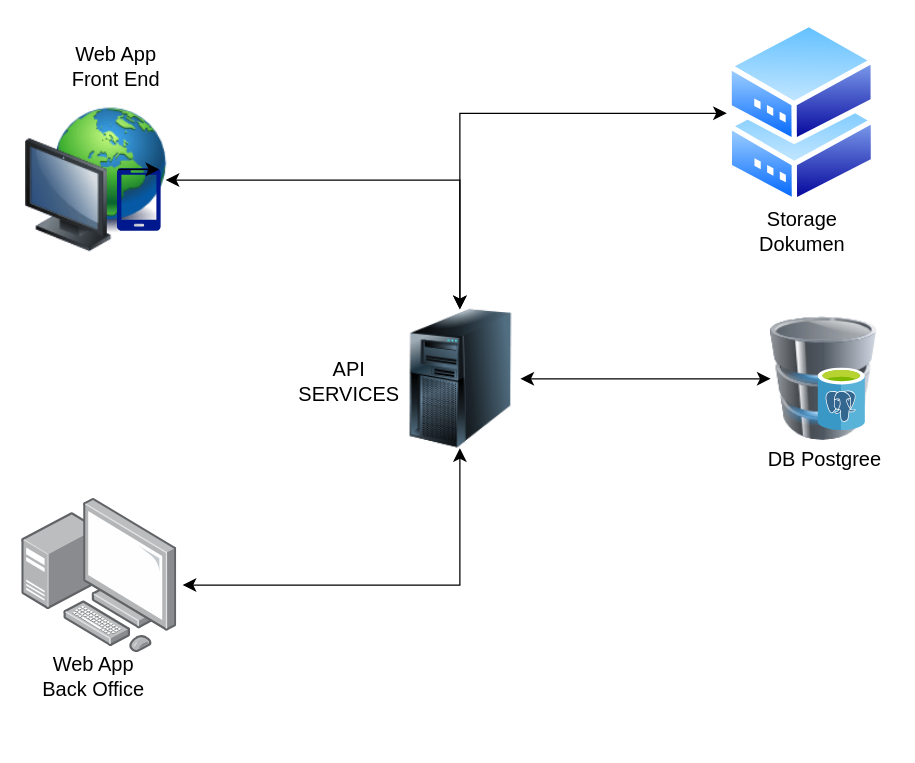
This is Diagram/Arsitektur Aplikasi E-Form Bank Sumut.drawio from frandachi/appdiagrams, a draw.io file, before an edit. Source tidied: cells renumbered, new cells numbered last; positions are measured from the earlier drawing's top-left corner, leaving out a move shared by most shapes. Both pictures are drawn from the tidied source at 125%, with x=0, y=0 at pixel (21, 21).
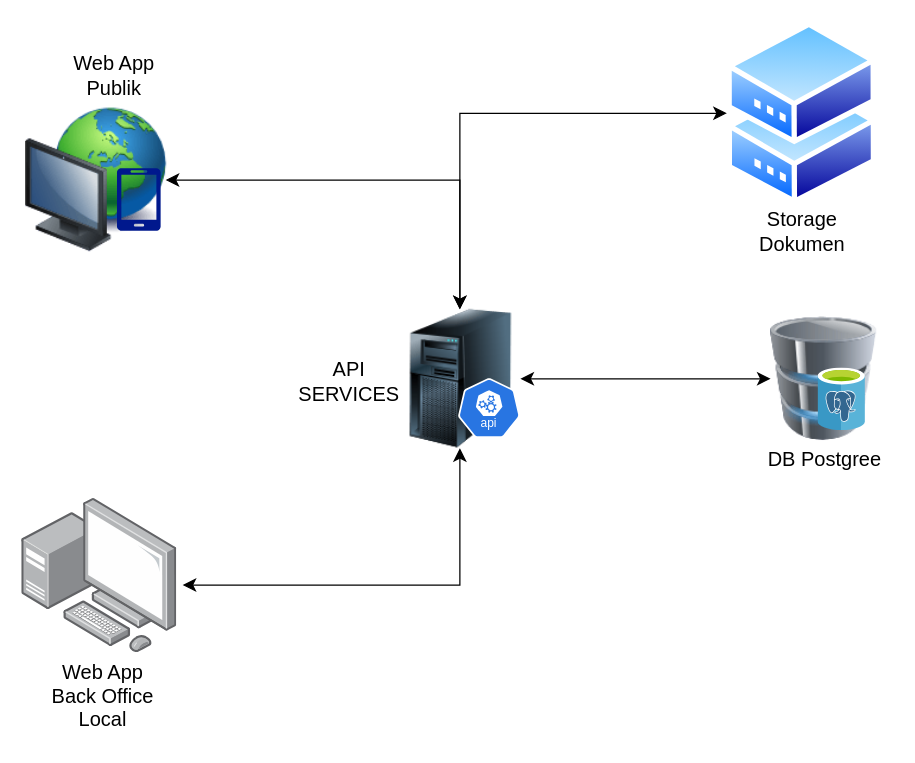
Above is the later version.

What changed in the source:
```diff
@@
 <mxGraphModel>
   <root>
     <mxCell id="0" />
     <mxCell id="1" parent="0" />
     <mxCell id="2" style="image;points=[];html=1;align=center;shadow=0;dashed=0;image=img/lib/allied_telesis/computer_and_terminals/Personal_Computer_with_Server.svg;fontSize=16;" parent="1" vertex="1">
       <mxGeometry y="381" width="124" height="124" as="geometry" />
     </mxCell>
     <mxCell id="3" style="image;html=1;image=img/lib/clip_art/computers/Server_Tower_128x128.png;fontSize=16;flipH=1;" parent="1" vertex="1">
       <mxGeometry x="302" y="230" width="96.8" height="111" as="geometry" />
     </mxCell>
     <mxCell id="4" style="image;html=1;image=img/lib/clip_art/computers/Network_128x128.png;fontSize=16;flipH=1;" parent="1" vertex="1">
       <mxGeometry x="2" y="62" width="113" height="129" as="geometry" />
     </mxCell>
     <mxCell id="5" style="image;html=1;image=img/lib/clip_art/computers/Database_128x128.png;fontSize=16;" parent="1" vertex="1">
       <mxGeometry x="599" y="212" width="85" height="147" as="geometry" />
     </mxCell>
     <mxCell id="6" style="image;sketch=0;html=1;align=center;fontSize=12;image=img/lib/mscae/Azure_Database_for_PostgreSQL_servers.svg;" parent="1" vertex="1">
       <mxGeometry x="637" y="277" width="38" height="50" as="geometry" />
     </mxCell>
     <mxCell id="7" style="sketch=0;shadow=0;dashed=0;html=1;strokeColor=none;labelPosition=center;verticalLabelPosition=bottom;verticalAlign=top;align=center;fillColor=#00188D;shape=mxgraph.azure.mobile;fontSize=16;" parent="1" vertex="1">
       <mxGeometry x="76" y="117" width="35" height="50" as="geometry" />
     </mxCell>
-    <mxCell id="8" style="edgeStyle=none;curved=1;rounded=0;orthogonalLoop=1;jettySize=auto;html=1;exitX=0.03;exitY=0.02;exitDx=0;exitDy=0;exitPerimeter=0;entryX=0.97;entryY=0.02;entryDx=0;entryDy=0;entryPerimeter=0;fontSize=12;startSize=8;endSize=8;" parent="1" edge="1" source="7" target="7">
-      <mxGeometry relative="1" as="geometry" />
-    </mxCell>
     <mxCell id="9" style="edgeStyle=none;curved=1;rounded=0;orthogonalLoop=1;jettySize=auto;html=1;exitX=0;exitY=0.5;exitDx=0;exitDy=0;exitPerimeter=0;fontSize=12;startSize=8;endSize=8;" parent="1" edge="1" source="7" target="7">
       <mxGeometry relative="1" as="geometry" />
     </mxCell>
-    <mxCell id="10" value="Web App &lt;br&gt;Front End" style="text;html=1;strokeColor=none;fillColor=none;align=center;verticalAlign=middle;whiteSpace=wrap;rounded=0;fontSize=16;" parent="1" vertex="1">
-      <mxGeometry x="20" y="19" width="111" height="34" as="geometry" />
+    <mxCell id="10" value="Web App&lt;br&gt;Publik" style="text;html=1;strokeColor=none;fillColor=none;align=center;verticalAlign=middle;whiteSpace=wrap;rounded=0;fontSize=16;" parent="1" vertex="1">
+      <mxGeometry x="18" y="12" width="112" height="61" as="geometry" />
     </mxCell>
-    <mxCell id="11" value="Web App&lt;br&gt;Back Office" style="text;html=1;strokeColor=none;fillColor=none;align=center;verticalAlign=middle;whiteSpace=wrap;rounded=0;fontSize=16;" parent="1" vertex="1">
-      <mxGeometry x="2" y="507" width="111" height="34" as="geometry" />
+    <mxCell id="11" value="Web App&lt;br&gt;Back Office&lt;br&gt;Local" style="text;html=1;strokeColor=none;fillColor=none;align=center;verticalAlign=middle;whiteSpace=wrap;rounded=0;fontSize=16;" parent="1" vertex="1">
+      <mxGeometry x="2" y="502" width="126" height="74" as="geometry" />
     </mxCell>
     <mxCell id="12" value="API &lt;br&gt;SERVICES" style="text;html=1;strokeColor=none;fillColor=none;align=center;verticalAlign=middle;whiteSpace=wrap;rounded=0;fontSize=16;" parent="1" vertex="1">
       <mxGeometry x="203" y="269" width="118" height="38" as="geometry" />
     </mxCell>
     <mxCell id="13" value="DB Postgree" style="text;html=1;strokeColor=none;fillColor=none;align=center;verticalAlign=middle;whiteSpace=wrap;rounded=0;fontSize=16;" parent="1" vertex="1">
       <mxGeometry x="586.5" y="333" width="111" height="34" as="geometry" />
     </mxCell>
     <mxCell id="14" style="endArrow=classic;startArrow=classic;html=1;rounded=0;fontSize=12;startSize=8;endSize=8;curved=1;exitX=0;exitY=0.5;exitDx=0;exitDy=0;entryX=1;entryY=0.5;entryDx=0;entryDy=0;" parent="1" edge="1" source="5" target="3">
       <mxGeometry relative="1" as="geometry" />
     </mxCell>
     <mxCell id="15" style="endArrow=classic;startArrow=classic;html=1;rounded=0;fontSize=12;startSize=8;endSize=8;exitX=1.037;exitY=0.561;exitDx=0;exitDy=0;exitPerimeter=0;entryX=0.5;entryY=1;entryDx=0;entryDy=0;edgeStyle=orthogonalEdgeStyle;" parent="1" edge="1" source="2" target="3">
       <mxGeometry relative="1" as="geometry" />
     </mxCell>
     <mxCell id="16" style="endArrow=classic;startArrow=classic;html=1;rounded=0;fontSize=12;startSize=8;endSize=8;exitX=1;exitY=0.5;exitDx=0;exitDy=0;entryX=0.5;entryY=0;entryDx=0;entryDy=0;edgeStyle=orthogonalEdgeStyle;" parent="1" edge="1" source="4" target="3">
       <mxGeometry relative="1" as="geometry" />
     </mxCell>
     <mxCell id="17" style="image;perimeter=ellipsePerimeter;html=1;align=center;shadow=0;dashed=0;spacingTop=3;image=img/lib/active_directory/shadowed_router.svg;fontSize=16;" parent="1" vertex="1">
       <mxGeometry x="564" width="120" height="146.3" as="geometry" />
     </mxCell>
     <mxCell id="18" style="endArrow=classic;startArrow=classic;html=1;rounded=0;fontSize=12;startSize=8;endSize=8;exitX=0;exitY=0.5;exitDx=0;exitDy=0;entryX=0.5;entryY=0;entryDx=0;entryDy=0;edgeStyle=orthogonalEdgeStyle;" parent="1" edge="1" source="17" target="3">
       <mxGeometry relative="1" as="geometry" />
     </mxCell>
     <mxCell id="19" value="Storage Dokumen" style="text;html=1;strokeColor=none;fillColor=none;align=center;verticalAlign=middle;whiteSpace=wrap;rounded=0;fontSize=16;" parent="1" vertex="1">
       <mxGeometry x="568.5" y="151" width="111" height="34" as="geometry" />
     </mxCell>
+    <mxCell id="20" style="sketch=0;html=1;dashed=0;whitespace=wrap;fillColor=#2875E2;strokeColor=#ffffff;shape=mxgraph.kubernetes.icon2;kubernetesLabel=1;prIcon=api;fontSize=16;" parent="1" vertex="1">
+      <mxGeometry x="348.8" y="285" width="50" height="48" as="geometry" />
+    </mxCell>
   </root>
 </mxGraphModel>
```
